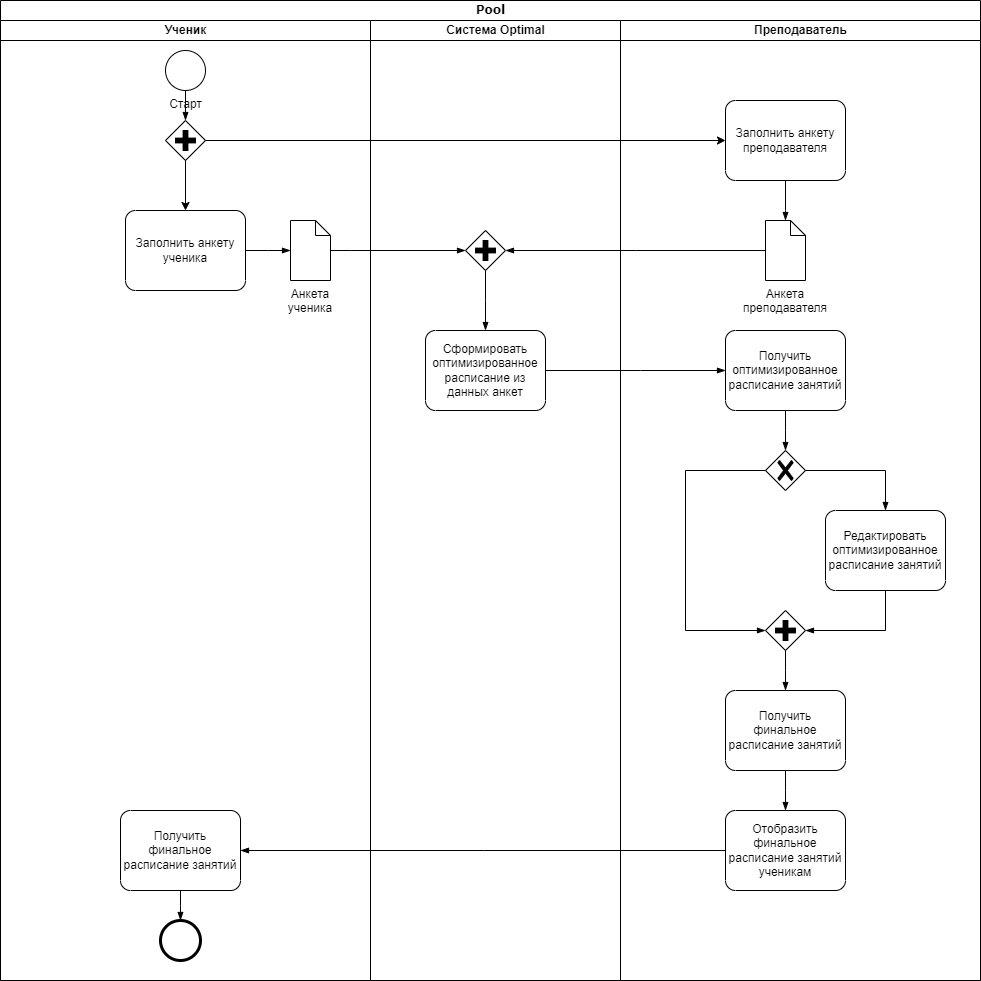
Before: BPMN.png, a diagram exported from draw.io (watashinonericell/myrepos). Source tidied: cells renumbered, new cells last; positions are measured from the earlier drawing's top-left corner, leaving out a move shared by most shapes.
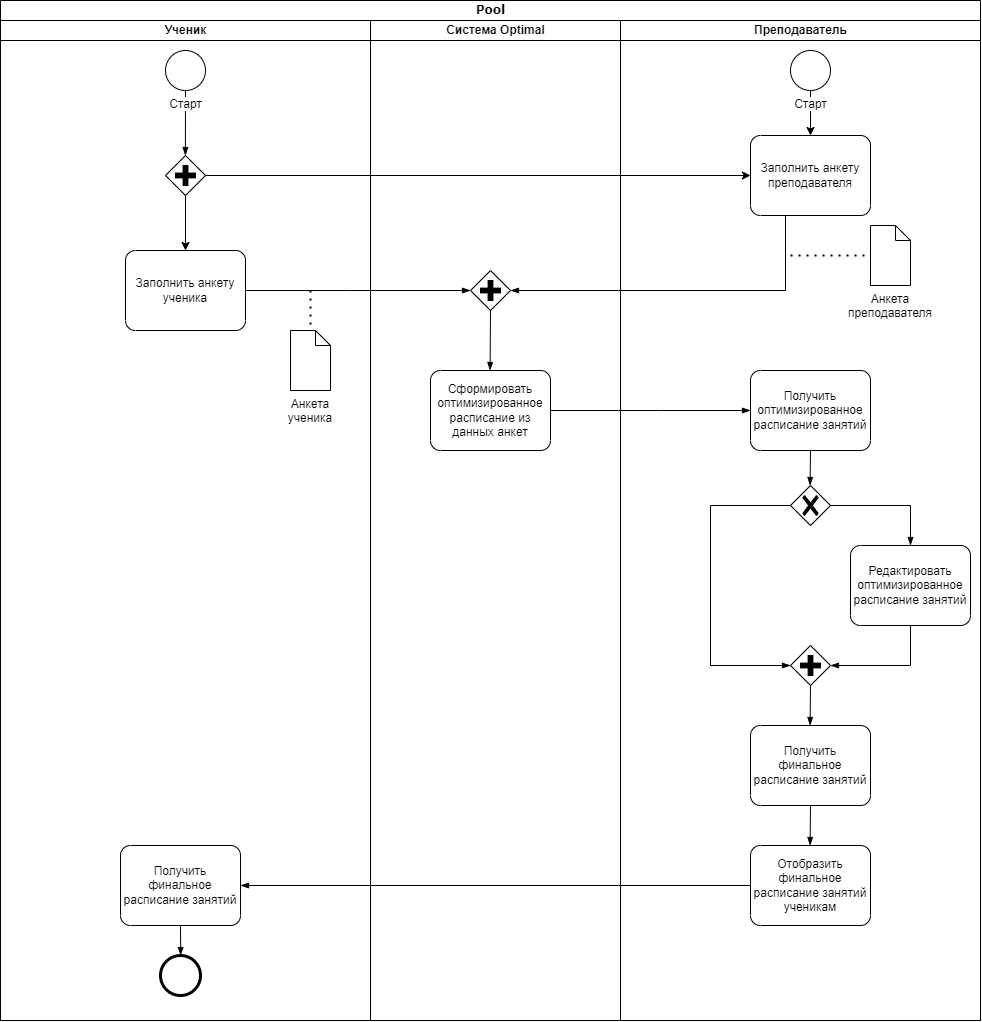
The same diagram one commit later.

What changed in the source:
```diff
@@ -3,52 +3,51 @@
     <mxCell id="0" />
     <mxCell id="1" parent="0" />
     <mxCell id="2" value="Pool" style="swimlane;html=1;startSize=20;rounded=0;shadow=0;comic=0;labelBackgroundColor=none;strokeWidth=1;fontFamily=Verdana;fontSize=12;align=center;" parent="1" vertex="1">
-      <mxGeometry width="980" height="980" as="geometry" />
+      <mxGeometry width="980" height="1020" as="geometry" />
     </mxCell>
+    <mxCell id="14" style="edgeStyle=elbowEdgeStyle;fontSize=12;html=1;endArrow=blockThin;endFill=1;rounded=0;exitX=0;exitY=0.5;exitDx=0;exitDy=0;exitPerimeter=0;entryX=1;entryY=0.5;entryDx=0;entryDy=0;entryPerimeter=0;" parent="2" edge="1" source="35" target="9">
+      <mxGeometry relative="1" as="geometry" />
+    </mxCell>
     <mxCell id="3" value="Ученик" style="swimlane;html=1;startSize=20;" parent="2" vertex="1">
-      <mxGeometry y="20" width="370" height="960" as="geometry" />
+      <mxGeometry y="20" width="370" height="1000" as="geometry" />
     </mxCell>
-    <mxCell id="4" value="Старт" style="points=[[0.145,0.145,0],[0.5,0,0],[0.855,0.145,0],[1,0.5,0],[0.855,0.855,0],[0.5,1,0],[0.145,0.855,0],[0,0.5,0]];shape=mxgraph.bpmn.event;html=1;verticalLabelPosition=bottom;labelBackgroundColor=#ffffff;verticalAlign=top;align=center;perimeter=ellipsePerimeter;outlineConnect=0;outline=standard;symbol=general;" parent="3" vertex="1">
-      <mxGeometry x="165" y="30" width="40" height="40" as="geometry" />
-    </mxCell>
     <mxCell id="5" style="points=[[0.25,0.25,0],[0.5,0,0],[0.75,0.25,0],[1,0.5,0],[0.75,0.75,0],[0.5,1,0],[0.25,0.75,0],[0,0.5,0]];shape=mxgraph.bpmn.gateway2;html=1;verticalLabelPosition=bottom;labelBackgroundColor=#ffffff;verticalAlign=top;align=center;perimeter=rhombusPerimeter;outlineConnect=0;outline=none;symbol=none;gwType=parallel;" parent="3" vertex="1">
-      <mxGeometry x="165" y="100" width="40" height="40" as="geometry" />
+      <mxGeometry x="165" y="135" width="40" height="40" as="geometry" />
     </mxCell>
     <mxCell id="6" style="edgeStyle=orthogonalEdgeStyle;rounded=0;jettySize=auto;html=1;entryX=0.5;entryY=0;entryDx=0;entryDy=0;entryPerimeter=0;exitX=0.5;exitY=1;exitDx=0;exitDy=0;exitPerimeter=0;" parent="3" edge="1" source="5" target="8">
       <mxGeometry relative="1" as="geometry" />
     </mxCell>
-    <mxCell id="7" style="edgeStyle=elbowEdgeStyle;fontSize=12;html=1;endArrow=blockThin;endFill=1;rounded=0;exitX=0.5;exitY=1;exitDx=0;exitDy=0;exitPerimeter=0;entryX=0.5;entryY=0;entryDx=0;entryDy=0;entryPerimeter=0;" parent="3" edge="1" source="4" target="5">
-      <mxGeometry relative="1" as="geometry" />
+    <mxCell id="7" style="edgeStyle=elbowEdgeStyle;fontSize=12;html=1;endArrow=blockThin;endFill=1;rounded=0;exitX=0.5;exitY=1;exitDx=0;exitDy=0;exitPerimeter=0;entryX=0.5;entryY=0;entryDx=0;entryDy=0;entryPerimeter=0;" parent="3" edge="1" target="5">
+      <mxGeometry relative="1" as="geometry">
+        <mxPoint x="185" y="70" as="sourcePoint" />
+      </mxGeometry>
     </mxCell>
     <mxCell id="8" value="Заполнить анкету ученика" style="points=[[0.25,0,0],[0.5,0,0],[0.75,0,0],[1,0.25,0],[1,0.5,0],[1,0.75,0],[0.75,1,0],[0.5,1,0],[0.25,1,0],[0,0.75,0],[0,0.5,0],[0,0.25,0]];shape=mxgraph.bpmn.task;whiteSpace=wrap;rectStyle=rounded;size=10;html=1;taskMarker=abstract;" parent="3" vertex="1">
-      <mxGeometry x="125" y="190" width="120" height="80" as="geometry" />
+      <mxGeometry x="125" y="230" width="120" height="80" as="geometry" />
     </mxCell>
     <mxCell id="9" value="Получить финальное расписание занятий" style="points=[[0.25,0,0],[0.5,0,0],[0.75,0,0],[1,0.25,0],[1,0.5,0],[1,0.75,0],[0.75,1,0],[0.5,1,0],[0.25,1,0],[0,0.75,0],[0,0.5,0],[0,0.25,0]];shape=mxgraph.bpmn.task;whiteSpace=wrap;rectStyle=rounded;size=10;html=1;taskMarker=abstract;" parent="3" vertex="1">
-      <mxGeometry x="120" y="790" width="120" height="80" as="geometry" />
+      <mxGeometry x="120" y="825" width="120" height="80" as="geometry" />
     </mxCell>
     <mxCell id="10" style="points=[[0.145,0.145,0],[0.5,0,0],[0.855,0.145,0],[1,0.5,0],[0.855,0.855,0],[0.5,1,0],[0.145,0.855,0],[0,0.5,0]];shape=mxgraph.bpmn.event;html=1;verticalLabelPosition=bottom;labelBackgroundColor=#ffffff;verticalAlign=top;align=center;perimeter=ellipsePerimeter;outlineConnect=0;outline=end;symbol=terminate2;" parent="3" vertex="1">
-      <mxGeometry x="160" y="900" width="40" height="40" as="geometry" />
+      <mxGeometry x="160" y="935" width="40" height="40" as="geometry" />
     </mxCell>
     <mxCell id="11" style="edgeStyle=elbowEdgeStyle;fontSize=12;html=1;endArrow=blockThin;endFill=1;rounded=0;exitX=0.5;exitY=1;exitDx=0;exitDy=0;exitPerimeter=0;entryX=0.5;entryY=0;entryDx=0;entryDy=0;entryPerimeter=0;" parent="3" edge="1" source="9" target="10">
       <mxGeometry relative="1" as="geometry" />
     </mxCell>
     <mxCell id="12" value="Анкета ученика" style="shape=mxgraph.bpmn.data;labelPosition=center;verticalLabelPosition=bottom;align=center;verticalAlign=top;whiteSpace=wrap;size=15;html=1;" parent="3" vertex="1">
-      <mxGeometry x="290" y="200" width="40" height="60" as="geometry" />
+      <mxGeometry x="290" y="310" width="40" height="60" as="geometry" />
     </mxCell>
-    <mxCell id="13" style="edgeStyle=elbowEdgeStyle;fontSize=12;html=1;endArrow=blockThin;endFill=1;rounded=0;exitX=1;exitY=0.5;exitDx=0;exitDy=0;exitPerimeter=0;entryX=0;entryY=0.5;entryDx=0;entryDy=0;entryPerimeter=0;" parent="3" edge="1" source="8" target="12">
-      <mxGeometry relative="1" as="geometry" />
-    </mxCell>
-    <mxCell id="14" style="edgeStyle=elbowEdgeStyle;fontSize=12;html=1;endArrow=blockThin;endFill=1;rounded=0;exitX=0;exitY=0.5;exitDx=0;exitDy=0;exitPerimeter=0;entryX=1;entryY=0.5;entryDx=0;entryDy=0;entryPerimeter=0;" parent="2" edge="1" source="35" target="9">
-      <mxGeometry relative="1" as="geometry" />
-    </mxCell>
+    <mxCell id="4" value="Старт" style="points=[[0.145,0.145,0],[0.5,0,0],[0.855,0.145,0],[1,0.5,0],[0.855,0.855,0],[0.5,1,0],[0.145,0.855,0],[0,0.5,0]];shape=mxgraph.bpmn.event;html=1;verticalLabelPosition=bottom;labelBackgroundColor=#ffffff;verticalAlign=top;align=center;perimeter=ellipsePerimeter;outlineConnect=0;outline=standard;symbol=general;" parent="3" vertex="1">
+      <mxGeometry x="165" y="30" width="40" height="40" as="geometry" />
+    </mxCell>
     <mxCell id="15" value="Система Optimal" style="swimlane;html=1;startSize=20;" parent="2" vertex="1">
-      <mxGeometry x="370" y="20" width="250" height="960" as="geometry" />
+      <mxGeometry x="370" y="20" width="250" height="1000" as="geometry" />
     </mxCell>
     <mxCell id="16" value="Сформировать оптимизированное расписание из данных анкет" style="points=[[0.25,0,0],[0.5,0,0],[0.75,0,0],[1,0.25,0],[1,0.5,0],[1,0.75,0],[0.75,1,0],[0.5,1,0],[0.25,1,0],[0,0.75,0],[0,0.5,0],[0,0.25,0]];shape=mxgraph.bpmn.task;whiteSpace=wrap;rectStyle=rounded;size=10;html=1;taskMarker=abstract;" parent="15" vertex="1">
-      <mxGeometry x="55" y="310" width="120" height="80" as="geometry" />
+      <mxGeometry x="60" y="350" width="120" height="80" as="geometry" />
     </mxCell>
     <mxCell id="17" style="points=[[0.25,0.25,0],[0.5,0,0],[0.75,0.25,0],[1,0.5,0],[0.75,0.75,0],[0.5,1,0],[0.25,0.75,0],[0,0.5,0]];shape=mxgraph.bpmn.gateway2;html=1;verticalLabelPosition=bottom;labelBackgroundColor=#ffffff;verticalAlign=top;align=center;perimeter=rhombusPerimeter;outlineConnect=0;outline=none;symbol=none;gwType=parallel;" parent="15" vertex="1">
-      <mxGeometry x="95" y="210" width="40" height="40" as="geometry" />
+      <mxGeometry x="100" y="250" width="40" height="40" as="geometry" />
     </mxCell>
     <mxCell id="18" style="edgeStyle=elbowEdgeStyle;fontSize=12;html=1;endArrow=blockThin;endFill=1;rounded=0;exitX=0.5;exitY=1;exitDx=0;exitDy=0;exitPerimeter=0;entryX=0.5;entryY=0;entryDx=0;entryDy=0;entryPerimeter=0;" parent="15" edge="1" source="17" target="16">
       <mxGeometry relative="1" as="geometry" />
@@ -56,64 +55,67 @@
     <mxCell id="19" style="edgeStyle=elbowEdgeStyle;fontSize=12;html=1;endArrow=blockThin;endFill=1;rounded=0;exitX=1;exitY=0.5;exitDx=0;exitDy=0;exitPerimeter=0;entryX=0;entryY=0.5;entryDx=0;entryDy=0;entryPerimeter=0;" parent="2" edge="1" source="16" target="24">
       <mxGeometry relative="1" as="geometry">
         <Array as="points">
-          <mxPoint x="640" y="350" />
+          <mxPoint x="660" y="400" />
         </Array>
       </mxGeometry>
     </mxCell>
-    <mxCell id="20" style="edgeStyle=elbowEdgeStyle;fontSize=12;html=1;endArrow=blockThin;endFill=1;rounded=0;entryX=0;entryY=0.5;entryDx=0;entryDy=0;entryPerimeter=0;" parent="2" edge="1" target="17">
+    <mxCell id="20" style="edgeStyle=elbowEdgeStyle;fontSize=12;html=1;endArrow=blockThin;endFill=1;rounded=0;entryX=0;entryY=0.5;entryDx=0;entryDy=0;entryPerimeter=0;exitX=1;exitY=0.5;exitDx=0;exitDy=0;exitPerimeter=0;" parent="2" edge="1" source="8" target="17">
       <mxGeometry relative="1" as="geometry">
-        <mxPoint x="330" y="250" as="sourcePoint" />
         <Array as="points">
           <mxPoint x="350" y="250" />
           <mxPoint x="380" y="250" />
         </Array>
       </mxGeometry>
     </mxCell>
-    <mxCell id="21" style="edgeStyle=elbowEdgeStyle;fontSize=12;html=1;endArrow=blockThin;endFill=1;rounded=0;entryX=1;entryY=0.5;entryDx=0;entryDy=0;entryPerimeter=0;exitX=0;exitY=0.5;exitDx=0;exitDy=0;exitPerimeter=0;" parent="2" edge="1" source="36" target="17">
-      <mxGeometry relative="1" as="geometry" />
+    <mxCell id="21" style="edgeStyle=elbowEdgeStyle;fontSize=12;html=1;endArrow=blockThin;endFill=1;rounded=0;entryX=1;entryY=0.5;entryDx=0;entryDy=0;entryPerimeter=0;exitX=0.5;exitY=1;exitDx=0;exitDy=0;exitPerimeter=0;" parent="2" edge="1" source="23" target="17">
+      <mxGeometry relative="1" as="geometry">
+        <Array as="points">
+          <mxPoint x="785" y="210" />
+        </Array>
+      </mxGeometry>
     </mxCell>
     <mxCell id="22" value="Преподаватель" style="swimlane;html=1;startSize=20;" parent="2" vertex="1">
-      <mxGeometry x="620" y="20" width="360" height="960" as="geometry" />
+      <mxGeometry x="620" y="20" width="360" height="1000" as="geometry" />
     </mxCell>
     <mxCell id="23" value="Заполнить анкету преподавателя" style="points=[[0.25,0,0],[0.5,0,0],[0.75,0,0],[1,0.25,0],[1,0.5,0],[1,0.75,0],[0.75,1,0],[0.5,1,0],[0.25,1,0],[0,0.75,0],[0,0.5,0],[0,0.25,0]];shape=mxgraph.bpmn.task;whiteSpace=wrap;rectStyle=rounded;size=10;html=1;taskMarker=abstract;" parent="22" vertex="1">
-      <mxGeometry x="105" y="80" width="120" height="80" as="geometry" />
+      <mxGeometry x="130" y="115" width="120" height="80" as="geometry" />
     </mxCell>
     <mxCell id="24" value="Получить оптимизированное расписание занятий" style="points=[[0.25,0,0],[0.5,0,0],[0.75,0,0],[1,0.25,0],[1,0.5,0],[1,0.75,0],[0.75,1,0],[0.5,1,0],[0.25,1,0],[0,0.75,0],[0,0.5,0],[0,0.25,0]];shape=mxgraph.bpmn.task;whiteSpace=wrap;rectStyle=rounded;size=10;html=1;taskMarker=abstract;" parent="22" vertex="1">
-      <mxGeometry x="105" y="310" width="120" height="80" as="geometry" />
+      <mxGeometry x="130" y="350" width="120" height="80" as="geometry" />
     </mxCell>
     <mxCell id="25" style="points=[[0.25,0.25,0],[0.5,0,0],[0.75,0.25,0],[1,0.5,0],[0.75,0.75,0],[0.5,1,0],[0.25,0.75,0],[0,0.5,0]];shape=mxgraph.bpmn.gateway2;html=1;verticalLabelPosition=bottom;labelBackgroundColor=#ffffff;verticalAlign=top;align=center;perimeter=rhombusPerimeter;outlineConnect=0;outline=none;symbol=none;gwType=exclusive;" parent="22" vertex="1">
-      <mxGeometry x="145" y="430" width="40" height="40" as="geometry" />
+      <mxGeometry x="170" y="465" width="40" height="40" as="geometry" />
     </mxCell>
     <mxCell id="26" style="edgeStyle=elbowEdgeStyle;fontSize=12;html=1;endArrow=blockThin;endFill=1;rounded=0;exitX=0.5;exitY=1;exitDx=0;exitDy=0;exitPerimeter=0;entryX=0.5;entryY=0;entryDx=0;entryDy=0;entryPerimeter=0;" parent="22" edge="1" source="24" target="25">
       <mxGeometry relative="1" as="geometry" />
     </mxCell>
     <mxCell id="27" value="Получить финальное расписание занятий" style="points=[[0.25,0,0],[0.5,0,0],[0.75,0,0],[1,0.25,0],[1,0.5,0],[1,0.75,0],[0.75,1,0],[0.5,1,0],[0.25,1,0],[0,0.75,0],[0,0.5,0],[0,0.25,0]];shape=mxgraph.bpmn.task;whiteSpace=wrap;rectStyle=rounded;size=10;html=1;taskMarker=abstract;" parent="22" vertex="1">
-      <mxGeometry x="105" y="670" width="120" height="80" as="geometry" />
+      <mxGeometry x="130" y="705" width="120" height="80" as="geometry" />
     </mxCell>
     <mxCell id="28" style="edgeStyle=elbowEdgeStyle;fontSize=12;html=1;endArrow=blockThin;endFill=1;rounded=0;exitX=0;exitY=0.5;exitDx=0;exitDy=0;exitPerimeter=0;entryX=0;entryY=0.5;entryDx=0;entryDy=0;entryPerimeter=0;" parent="22" edge="1" source="25" target="31">
       <mxGeometry relative="1" as="geometry">
         <Array as="points">
-          <mxPoint x="65" y="540" />
+          <mxPoint x="90" y="575" />
         </Array>
       </mxGeometry>
     </mxCell>
     <mxCell id="29" value="Редактировать оптимизированное расписание занятий" style="points=[[0.25,0,0],[0.5,0,0],[0.75,0,0],[1,0.25,0],[1,0.5,0],[1,0.75,0],[0.75,1,0],[0.5,1,0],[0.25,1,0],[0,0.75,0],[0,0.5,0],[0,0.25,0]];shape=mxgraph.bpmn.task;whiteSpace=wrap;rectStyle=rounded;size=10;html=1;taskMarker=abstract;" parent="22" vertex="1">
-      <mxGeometry x="205" y="490" width="120" height="80" as="geometry" />
+      <mxGeometry x="230" y="525" width="120" height="80" as="geometry" />
     </mxCell>
     <mxCell id="30" style="edgeStyle=elbowEdgeStyle;fontSize=12;html=1;endArrow=blockThin;endFill=1;rounded=0;exitX=1;exitY=0.5;exitDx=0;exitDy=0;exitPerimeter=0;entryX=0.5;entryY=0;entryDx=0;entryDy=0;entryPerimeter=0;" parent="22" edge="1" source="25" target="29">
       <mxGeometry y="-10" relative="1" as="geometry">
         <Array as="points">
-          <mxPoint x="265" y="450" />
+          <mxPoint x="290" y="485" />
         </Array>
       </mxGeometry>
     </mxCell>
     <mxCell id="31" style="points=[[0.25,0.25,0],[0.5,0,0],[0.75,0.25,0],[1,0.5,0],[0.75,0.75,0],[0.5,1,0],[0.25,0.75,0],[0,0.5,0]];shape=mxgraph.bpmn.gateway2;html=1;verticalLabelPosition=bottom;labelBackgroundColor=#ffffff;verticalAlign=top;align=center;perimeter=rhombusPerimeter;outlineConnect=0;outline=none;symbol=none;gwType=parallel;" parent="22" vertex="1">
-      <mxGeometry x="145" y="590" width="40" height="40" as="geometry" />
+      <mxGeometry x="170" y="625" width="40" height="40" as="geometry" />
     </mxCell>
     <mxCell id="32" style="edgeStyle=elbowEdgeStyle;fontSize=12;html=1;endArrow=blockThin;endFill=1;rounded=0;exitX=0.5;exitY=1;exitDx=0;exitDy=0;exitPerimeter=0;entryX=1;entryY=0.5;entryDx=0;entryDy=0;entryPerimeter=0;" parent="22" edge="1" source="29" target="31">
       <mxGeometry relative="1" as="geometry">
         <Array as="points">
-          <mxPoint x="265" y="600" />
+          <mxPoint x="290" y="635" />
         </Array>
       </mxGeometry>
     </mxCell>
@@ -124,20 +126,29 @@
       <mxGeometry relative="1" as="geometry" />
     </mxCell>
     <mxCell id="35" value="Отобразить финальное расписание занятий ученикам" style="points=[[0.25,0,0],[0.5,0,0],[0.75,0,0],[1,0.25,0],[1,0.5,0],[1,0.75,0],[0.75,1,0],[0.5,1,0],[0.25,1,0],[0,0.75,0],[0,0.5,0],[0,0.25,0]];shape=mxgraph.bpmn.task;whiteSpace=wrap;rectStyle=rounded;size=10;html=1;taskMarker=abstract;" parent="22" vertex="1">
-      <mxGeometry x="105" y="790" width="120" height="80" as="geometry" />
+      <mxGeometry x="130" y="825" width="120" height="80" as="geometry" />
     </mxCell>
     <mxCell id="36" value="Анкета преподавателя" style="shape=mxgraph.bpmn.data;labelPosition=center;verticalLabelPosition=bottom;align=center;verticalAlign=top;whiteSpace=wrap;size=15;html=1;" parent="22" vertex="1">
-      <mxGeometry x="145" y="200" width="40" height="60" as="geometry" />
+      <mxGeometry x="250" y="205" width="40" height="60" as="geometry" />
     </mxCell>
-    <mxCell id="37" style="edgeStyle=elbowEdgeStyle;fontSize=12;html=1;endArrow=blockThin;endFill=1;rounded=0;exitX=0.5;exitY=1;exitDx=0;exitDy=0;exitPerimeter=0;" parent="22" edge="1" source="23" target="36">
-      <mxGeometry relative="1" as="geometry">
-        <Array as="points">
-          <mxPoint x="165" y="190" />
-        </Array>
-      </mxGeometry>
-    </mxCell>
+    <mxCell id="39" style="endArrow=none;dashed=1;html=1;dashPattern=1 3;strokeWidth=2;rounded=0;entryX=0;entryY=0.5;entryDx=0;entryDy=0;entryPerimeter=0;" parent="22" edge="1" target="36">
+      <mxGeometry relative="1" as="geometry">
+        <mxPoint x="170" y="235" as="sourcePoint" />
+      </mxGeometry>
+    </mxCell>
+    <mxCell id="40" style="edgeStyle=orthogonalEdgeStyle;rounded=0;jettySize=auto;html=1;" parent="22" edge="1" source="41" target="23">
+      <mxGeometry relative="1" as="geometry" />
+    </mxCell>
+    <mxCell id="41" value="Старт" style="points=[[0.145,0.145,0],[0.5,0,0],[0.855,0.145,0],[1,0.5,0],[0.855,0.855,0],[0.5,1,0],[0.145,0.855,0],[0,0.5,0]];shape=mxgraph.bpmn.event;html=1;verticalLabelPosition=bottom;labelBackgroundColor=#ffffff;verticalAlign=top;align=center;perimeter=ellipsePerimeter;outlineConnect=0;outline=standard;symbol=general;" parent="22" vertex="1">
+      <mxGeometry x="170" y="30" width="40" height="40" as="geometry" />
+    </mxCell>
     <mxCell id="38" style="edgeStyle=orthogonalEdgeStyle;rounded=0;jettySize=auto;html=1;exitX=1;exitY=0.5;exitDx=0;exitDy=0;exitPerimeter=0;entryX=0;entryY=0.5;entryDx=0;entryDy=0;entryPerimeter=0;" parent="2" edge="1" source="5" target="23">
       <mxGeometry relative="1" as="geometry" />
     </mxCell>
+    <mxCell id="42" style="endArrow=none;dashed=1;html=1;dashPattern=1 3;strokeWidth=2;rounded=0;" parent="1" edge="1" target="12">
+      <mxGeometry relative="1" as="geometry">
+        <mxPoint x="310" y="290" as="sourcePoint" />
+      </mxGeometry>
+    </mxCell>
   </root>
 </mxGraphModel>
```
